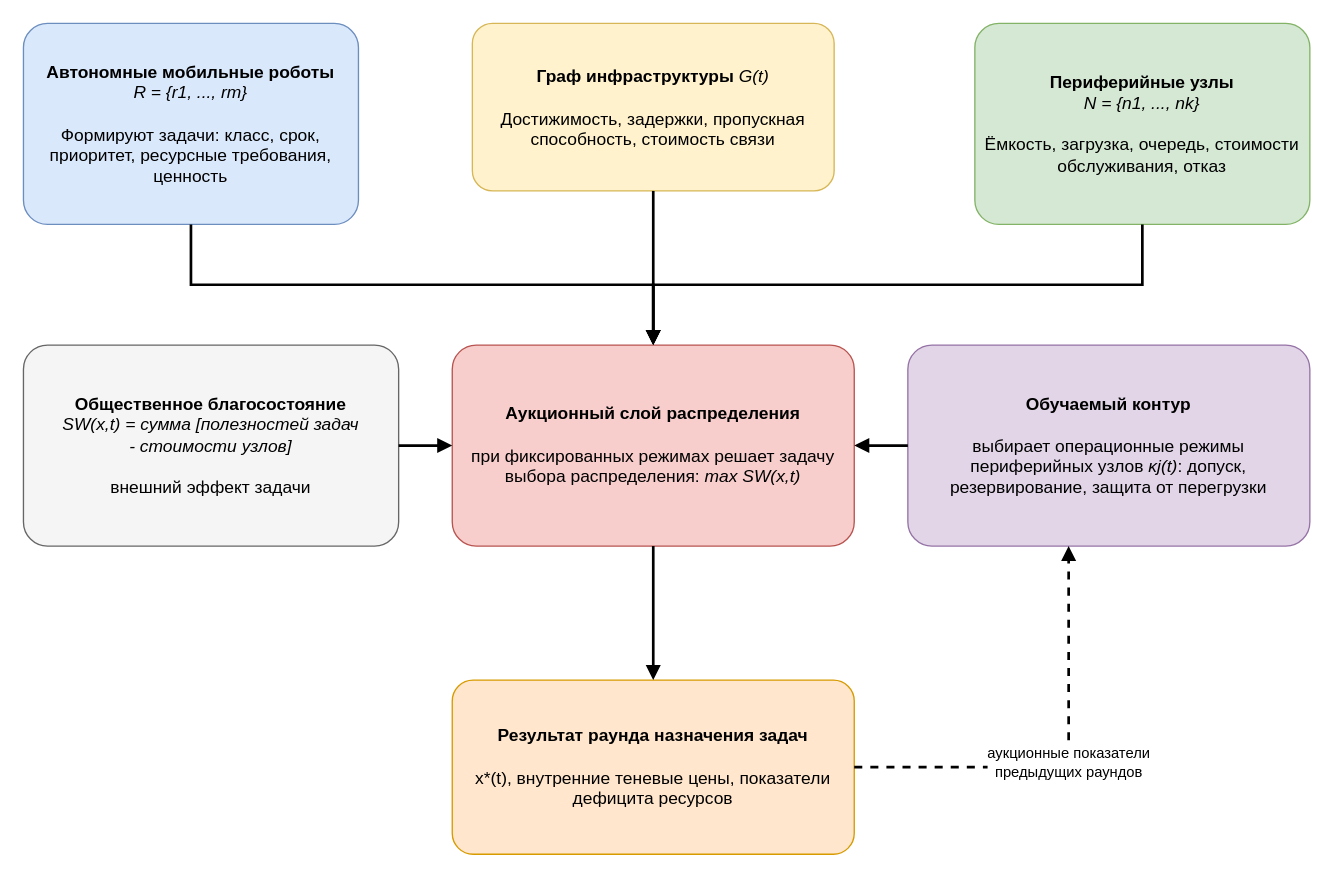
Earlier version of the draw.io diagram Dissertation/images/drawio/ch2_model_mapping.drawio (Dima12101/SPbU-Phd-LaTeX-Dissertation). Source tidied: cells renumbered, new cells numbered last; positions are measured from the earlier drawing's top-left corner, leaving out a move shared by most shapes. Both pictures are drawn from the tidied source at 134%, with x=0, y=0 at pixel (23, 23).
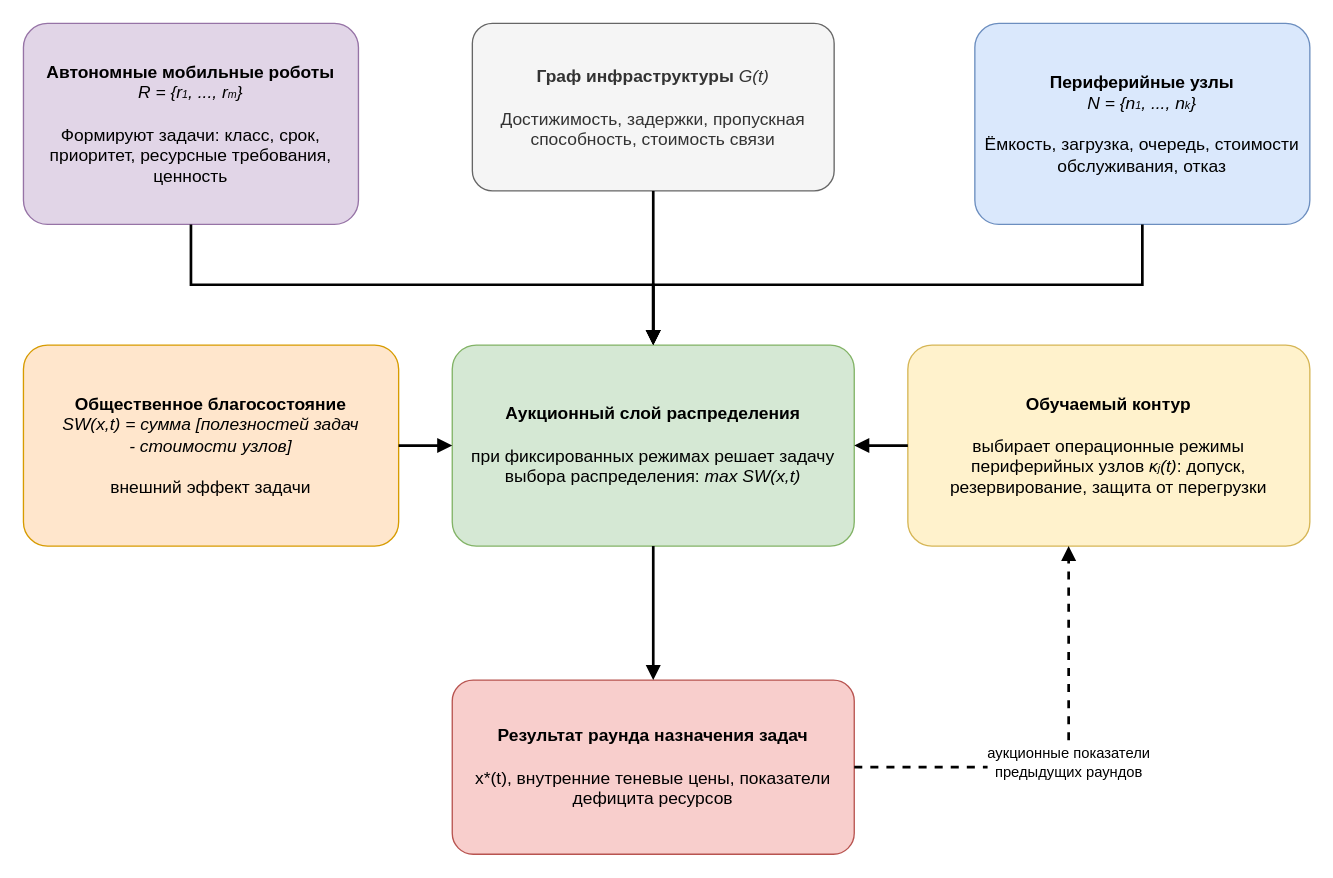
Above is the later version.

The edit, as a diff of the source:
```diff
@@
 <mxGraphModel>
   <root>
     <mxCell id="0" />
     <mxCell id="1" parent="0" />
-    <mxCell id="2" value="&lt;b&gt;Автономные мобильные роботы&lt;br&gt;&lt;/b&gt;&lt;i&gt;R = {r1, ..., rm}&lt;br&gt;&lt;/i&gt;&lt;br&gt;Формируют задачи: класс, срок, приоритет, ресурсные требования, ценность" style="rounded=1;whiteSpace=wrap;html=1;arcSize=12;fillColor=#dae8fc;strokeColor=#6c8ebf;fontSize=13;align=center;verticalAlign=middle;spacing=8;" parent="1" vertex="1">
+    <mxCell id="2" value="&lt;b&gt;Автономные мобильные роботы&lt;br&gt;&lt;/b&gt;&lt;i&gt;R = {r&lt;font style=&quot;font-size: 8px;&quot;&gt;1&lt;/font&gt;, ..., r&lt;font style=&quot;font-size: 8px;&quot;&gt;m&lt;/font&gt;}&lt;br&gt;&lt;/i&gt;&lt;br&gt;Формируют задачи: класс, срок, приоритет, ресурсные требования, ценность" style="rounded=1;whiteSpace=wrap;html=1;arcSize=12;fillColor=#e1d5e7;strokeColor=#9673a6;fontSize=13;align=center;verticalAlign=middle;spacing=8;" parent="1" vertex="1">
       <mxGeometry width="250" height="150" as="geometry" />
     </mxCell>
-    <mxCell id="3" value="&lt;b&gt;Периферийные узлы&lt;br&gt;&lt;/b&gt;&lt;i&gt;N = {n1, ..., nk}&lt;br&gt;&lt;/i&gt;&lt;br&gt;Ёмкость, загрузка, очередь, стоимости обслуживания, отказ" style="rounded=1;whiteSpace=wrap;html=1;arcSize=12;fillColor=#d5e8d4;strokeColor=#82b366;fontSize=13;align=center;verticalAlign=middle;spacing=8;" parent="1" vertex="1">
+    <mxCell id="3" value="&lt;b&gt;Периферийные узлы&lt;br&gt;&lt;/b&gt;&lt;i&gt;N = {n&lt;font style=&quot;font-size: 8px;&quot;&gt;1&lt;/font&gt;, ..., n&lt;font style=&quot;font-size: 8px;&quot;&gt;k&lt;/font&gt;}&lt;br&gt;&lt;/i&gt;&lt;br&gt;Ёмкость, загрузка, очередь, стоимости обслуживания, отказ" style="rounded=1;whiteSpace=wrap;html=1;arcSize=12;fillColor=#dae8fc;strokeColor=#6c8ebf;fontSize=13;align=center;verticalAlign=middle;spacing=8;" parent="1" vertex="1">
       <mxGeometry x="710" width="250" height="150" as="geometry" />
     </mxCell>
-    <mxCell id="4" value="&lt;b&gt;Граф инфраструктуры&lt;/b&gt; &lt;i&gt;G(t)&lt;/i&gt;&lt;br&gt;&lt;br&gt;Достижимость, задержки, пропускная способность, стоимость связи" style="rounded=1;whiteSpace=wrap;html=1;arcSize=12;fillColor=#fff2cc;strokeColor=#d6b656;fontSize=13;align=center;verticalAlign=middle;spacing=8;" parent="1" vertex="1">
+    <mxCell id="4" value="&lt;b&gt;Граф инфраструктуры&lt;/b&gt; &lt;i&gt;G(t)&lt;/i&gt;&lt;br&gt;&lt;br&gt;Достижимость, задержки, пропускная способность, стоимость связи" style="rounded=1;whiteSpace=wrap;html=1;arcSize=12;fillColor=#f5f5f5;strokeColor=#666666;fontSize=13;align=center;verticalAlign=middle;spacing=8;fontColor=#333333;" parent="1" vertex="1">
       <mxGeometry x="335" width="270" height="125" as="geometry" />
     </mxCell>
-    <mxCell id="5" value="&lt;b&gt;Обучаемый контур&lt;br&gt;&lt;/b&gt;&lt;br&gt;выбирает операционные режимы периферийных узлов &lt;i&gt;κj(t)&lt;/i&gt;: допуск, резервирование, защита от перегрузки" style="rounded=1;whiteSpace=wrap;html=1;arcSize=12;fillColor=#e1d5e7;strokeColor=#9673a6;fontSize=13;align=center;verticalAlign=middle;spacing=8;" parent="1" vertex="1">
+    <mxCell id="5" value="&lt;b&gt;Обучаемый контур&lt;br&gt;&lt;/b&gt;&lt;br&gt;выбирает операционные режимы периферийных узлов &lt;i&gt;κ&lt;font style=&quot;font-size: 8px;&quot;&gt;j&lt;/font&gt;(t)&lt;/i&gt;: допуск, резервирование, защита от перегрузки" style="rounded=1;whiteSpace=wrap;html=1;arcSize=12;fillColor=#fff2cc;strokeColor=#d6b656;fontSize=13;align=center;verticalAlign=middle;spacing=8;" parent="1" vertex="1">
       <mxGeometry x="660" y="240" width="300" height="150" as="geometry" />
     </mxCell>
-    <mxCell id="6" value="&lt;b&gt;Аукционный слой распределения&lt;br&gt;&lt;/b&gt;&lt;br&gt;при фиксированных режимах решает задачу выбора распределения: &lt;i&gt;max SW(x,t)&lt;/i&gt;" style="rounded=1;whiteSpace=wrap;html=1;arcSize=12;fillColor=#f8cecc;strokeColor=#b85450;fontSize=13;align=center;verticalAlign=middle;spacing=8;" parent="1" vertex="1">
+    <mxCell id="6" value="&lt;b&gt;Аукционный слой распределения&lt;br&gt;&lt;/b&gt;&lt;br&gt;при фиксированных режимах решает задачу выбора распределения: &lt;i&gt;max SW(x,t)&lt;/i&gt;" style="rounded=1;whiteSpace=wrap;html=1;arcSize=12;fillColor=#d5e8d4;strokeColor=#82b366;fontSize=13;align=center;verticalAlign=middle;spacing=8;" parent="1" vertex="1">
       <mxGeometry x="320" y="240" width="300" height="150" as="geometry" />
     </mxCell>
-    <mxCell id="7" value="&lt;b&gt;Общественное благосостояние &lt;br&gt;&lt;/b&gt;&lt;i&gt;SW(x,t) = сумма [полезностей задач &lt;br&gt;- стоимости узлов]&lt;/i&gt;&lt;br&gt;&lt;br&gt;внешний эффект задачи" style="rounded=1;whiteSpace=wrap;html=1;arcSize=12;fillColor=#f5f5f5;strokeColor=#666666;fontSize=13;align=center;verticalAlign=middle;spacing=8;" parent="1" vertex="1">
+    <mxCell id="7" value="&lt;b&gt;Общественное благосостояние &lt;br&gt;&lt;/b&gt;&lt;i&gt;SW(x,t) = сумма [полезностей задач &lt;br&gt;- стоимости узлов]&lt;/i&gt;&lt;br&gt;&lt;br&gt;внешний эффект задачи" style="rounded=1;whiteSpace=wrap;html=1;arcSize=12;fillColor=#ffe6cc;strokeColor=#d79b00;fontSize=13;align=center;verticalAlign=middle;spacing=8;" parent="1" vertex="1">
       <mxGeometry y="240" width="280" height="150" as="geometry" />
     </mxCell>
-    <mxCell id="8" value="&lt;b&gt;Результат раунда назначения задач&lt;/b&gt;&lt;br&gt;&lt;br&gt;x*(t), внутренние теневые цены, показатели дефицита ресурсов" style="rounded=1;whiteSpace=wrap;html=1;arcSize=12;fillColor=#ffe6cc;strokeColor=#d79b00;fontSize=13;align=center;verticalAlign=middle;spacing=8;" parent="1" vertex="1">
+    <mxCell id="8" value="&lt;b&gt;Результат раунда назначения задач&lt;/b&gt;&lt;br&gt;&lt;br&gt;x*(t), внутренние теневые цены, показатели дефицита ресурсов" style="rounded=1;whiteSpace=wrap;html=1;arcSize=12;fillColor=#f8cecc;strokeColor=#b85450;fontSize=13;align=center;verticalAlign=middle;spacing=8;" parent="1" vertex="1">
       <mxGeometry x="320" y="490" width="300" height="130" as="geometry" />
     </mxCell>
     <mxCell id="9" style="edgeStyle=orthogonalEdgeStyle;rounded=0;jettySize=auto;html=1;endArrow=block;endFill=1;strokeWidth=2;exitX=0.5;exitY=1;exitDx=0;exitDy=0;" parent="1" edge="1" source="2" target="6">
       <mxGeometry relative="1" as="geometry" />
     </mxCell>
     <mxCell id="10" style="edgeStyle=orthogonalEdgeStyle;rounded=0;jettySize=auto;html=1;endArrow=block;endFill=1;strokeWidth=2;exitX=0.5;exitY=1;exitDx=0;exitDy=0;" parent="1" edge="1" source="3" target="6">
       <mxGeometry relative="1" as="geometry" />
     </mxCell>
     <mxCell id="11" style="edgeStyle=orthogonalEdgeStyle;rounded=0;jettySize=auto;html=1;endArrow=block;endFill=1;strokeWidth=2;" parent="1" edge="1" source="4" target="6">
       <mxGeometry relative="1" as="geometry" />
     </mxCell>
     <mxCell id="12" style="edgeStyle=orthogonalEdgeStyle;rounded=0;jettySize=auto;html=1;endArrow=block;endFill=1;strokeWidth=2;" parent="1" edge="1" source="5" target="6">
       <mxGeometry relative="1" as="geometry" />
     </mxCell>
     <mxCell id="13" style="edgeStyle=orthogonalEdgeStyle;rounded=0;jettySize=auto;html=1;endArrow=block;endFill=1;strokeWidth=2;" parent="1" edge="1" source="7" target="6">
       <mxGeometry relative="1" as="geometry" />
     </mxCell>
     <mxCell id="14" style="edgeStyle=orthogonalEdgeStyle;rounded=0;jettySize=auto;html=1;endArrow=block;endFill=1;strokeWidth=2;" parent="1" edge="1" source="6" target="8">
       <mxGeometry relative="1" as="geometry" />
     </mxCell>
     <mxCell id="15" value="аукционные показатели&lt;br&gt;предыдущих раундов" style="edgeStyle=orthogonalEdgeStyle;rounded=0;jettySize=auto;html=1;endArrow=block;endFill=1;strokeWidth=2;dashed=1;" parent="1" edge="1" source="8" target="5">
       <mxGeometry relative="1" as="geometry">
         <Array as="points">
           <mxPoint x="780" y="555" />
           <mxPoint x="780" y="390" />
         </Array>
       </mxGeometry>
     </mxCell>
   </root>
 </mxGraphModel>
```
